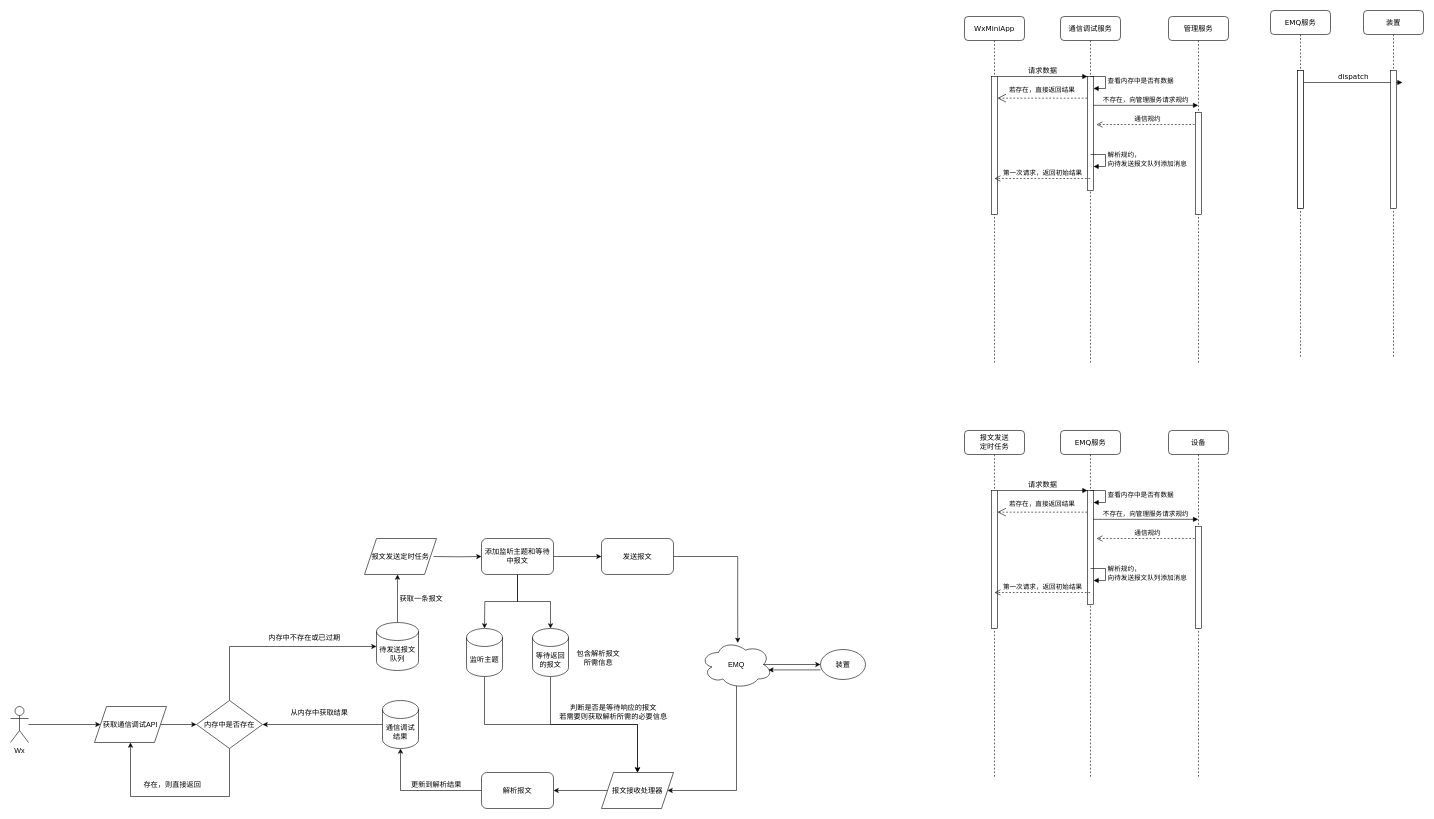
Earlier version of the draw.io diagram 通信调试功能.drawio (wangjingtian110/draw.io). Source tidied: cells renumbered, new cells numbered last; positions are measured from the earlier drawing's top-left corner, leaving out a move shared by most shapes. Both pictures are drawn from the tidied source at 60%, with x=0, y=0 at pixel (10, 10).
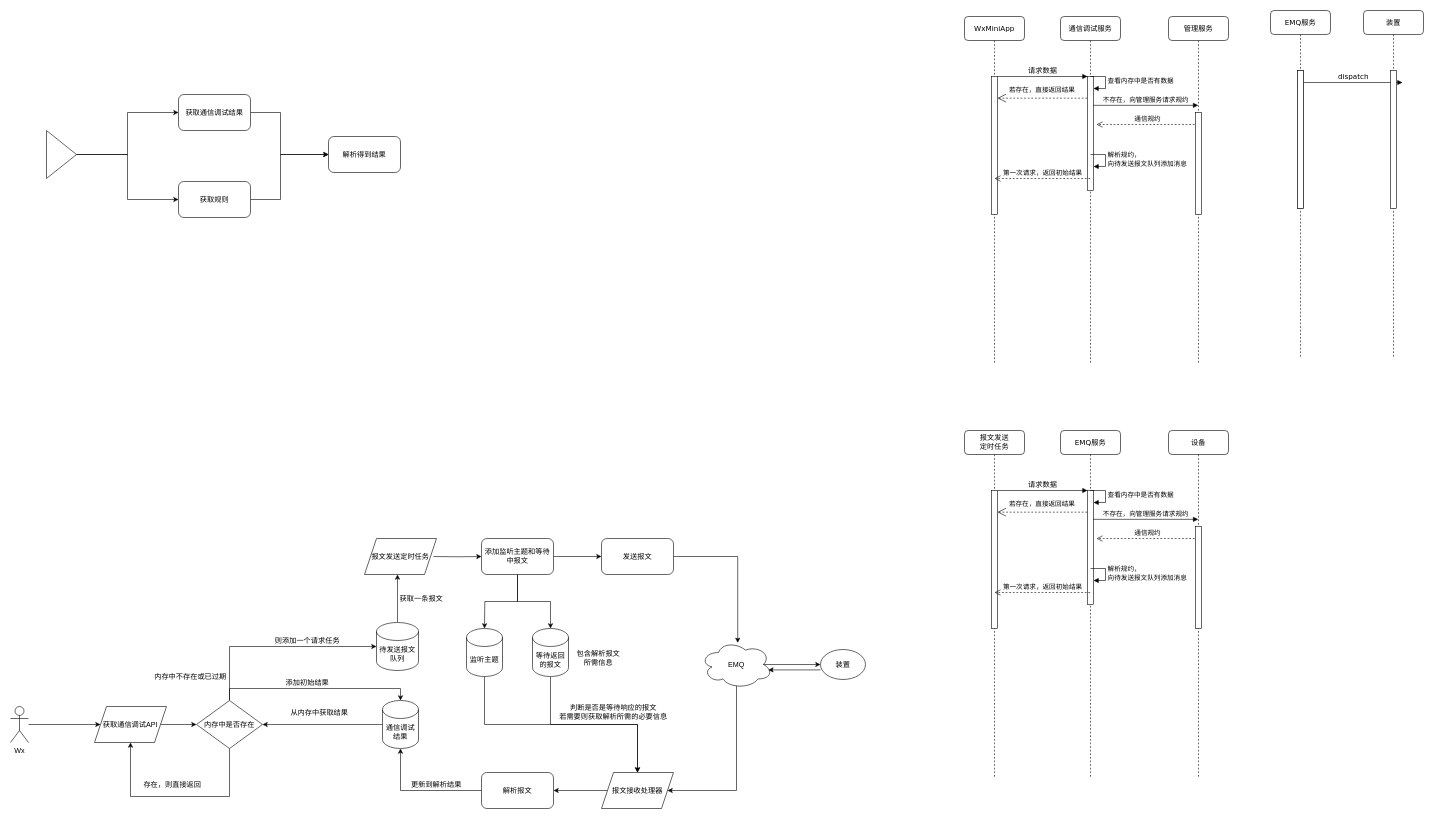
After the change.

Commit message:
Update 通信调试功能.drawio

Unchanged cells that the change refers to:
```xml
<mxCell id="61" value="通信调试结果" style="shape=cylinder3;whiteSpace=wrap;html=1;boundedLbl=1;backgroundOutline=1;size=15;" parent="1" vertex="1">
  <mxGeometry x="620" y="1150" width="60" height="80" as="geometry" />
</mxCell>
<mxCell id="67" value="内存中是否存在" style="rhombus;whiteSpace=wrap;html=1;" parent="1" vertex="1">
  <mxGeometry x="310" y="1150" width="110" height="80" as="geometry" />
</mxCell>
```

Diff of the diagram source:
```diff
@@
+    <mxCell id="73" style="edgeStyle=orthogonalEdgeStyle;rounded=0;jettySize=auto;html=1;exitX=0.5;exitY=0;exitDx=0;exitDy=0;entryX=0.5;entryY=0;entryDx=0;entryDy=0;entryPerimeter=0;" parent="1" edge="1" source="67" target="61">
+      <mxGeometry relative="1" as="geometry">
+        <Array as="points">
+          <mxPoint x="365" y="1130" />
+          <mxPoint x="650" y="1130" />
+        </Array>
+      </mxGeometry>
+    </mxCell>
@@
     <mxCell id="68" value="内存中不存在或已过期" style="text;html=1;strokeColor=none;fillColor=none;align=center;verticalAlign=middle;whiteSpace=wrap;rounded=0;" parent="1" vertex="1">
-      <mxGeometry x="410" y="1035" width="160" height="20" as="geometry" />
+      <mxGeometry x="220" y="1100" width="160" height="20" as="geometry" />
     </mxCell>
@@
+    <mxCell id="74" value="则添加一个请求任务" style="text;html=1;strokeColor=none;fillColor=none;align=center;verticalAlign=middle;whiteSpace=wrap;rounded=0;" parent="1" vertex="1">
+      <mxGeometry x="430" y="1040" width="130" height="20" as="geometry" />
+    </mxCell>
+    <mxCell id="75" value="添加初始结果" style="text;html=1;strokeColor=none;fillColor=none;align=center;verticalAlign=middle;whiteSpace=wrap;rounded=0;" parent="1" vertex="1">
+      <mxGeometry x="450" y="1110" width="90" height="20" as="geometry" />
+    </mxCell>
+    <mxCell id="76" style="edgeStyle=orthogonalEdgeStyle;rounded=0;jettySize=auto;html=1;exitX=1;exitY=0.5;exitDx=0;exitDy=0;entryX=0;entryY=0.5;entryDx=0;entryDy=0;" parent="1" edge="1" source="77" target="83">
+      <mxGeometry relative="1" as="geometry">
+        <Array as="points">
+          <mxPoint x="450" y="315" />
+          <mxPoint x="450" y="240" />
+        </Array>
+      </mxGeometry>
+    </mxCell>
+    <mxCell id="77" value="获取规则" style="rounded=1;whiteSpace=wrap;html=1;" parent="1" vertex="1">
+      <mxGeometry x="280" y="285" width="120" height="60" as="geometry" />
+    </mxCell>
+    <mxCell id="78" style="edgeStyle=orthogonalEdgeStyle;rounded=0;jettySize=auto;html=1;entryX=0;entryY=0.5;entryDx=0;entryDy=0;" parent="1" edge="1" source="79" target="83">
+      <mxGeometry relative="1" as="geometry">
+        <Array as="points">
+          <mxPoint x="450" y="170" />
+          <mxPoint x="450" y="240" />
+        </Array>
+      </mxGeometry>
+    </mxCell>
+    <mxCell id="79" value="获取通信调试结果" style="rounded=1;whiteSpace=wrap;html=1;" parent="1" vertex="1">
+      <mxGeometry x="280" y="140" width="120" height="60" as="geometry" />
+    </mxCell>
+    <mxCell id="80" style="edgeStyle=orthogonalEdgeStyle;rounded=0;jettySize=auto;html=1;entryX=0;entryY=0.5;entryDx=0;entryDy=0;" parent="1" edge="1" source="82" target="79">
+      <mxGeometry relative="1" as="geometry" />
+    </mxCell>
+    <mxCell id="81" style="edgeStyle=orthogonalEdgeStyle;rounded=0;jettySize=auto;html=1;entryX=0;entryY=0.5;entryDx=0;entryDy=0;" parent="1" edge="1" source="82" target="77">
+      <mxGeometry relative="1" as="geometry" />
+    </mxCell>
+    <mxCell id="82" style="triangle;whiteSpace=wrap;html=1;" parent="1" vertex="1">
+      <mxGeometry x="60" y="200" width="50" height="80" as="geometry" />
+    </mxCell>
+    <mxCell id="83" value="解析得到结果" style="rounded=1;whiteSpace=wrap;html=1;" parent="1" vertex="1">
+      <mxGeometry x="530" y="210" width="120" height="60" as="geometry" />
+    </mxCell>
```
